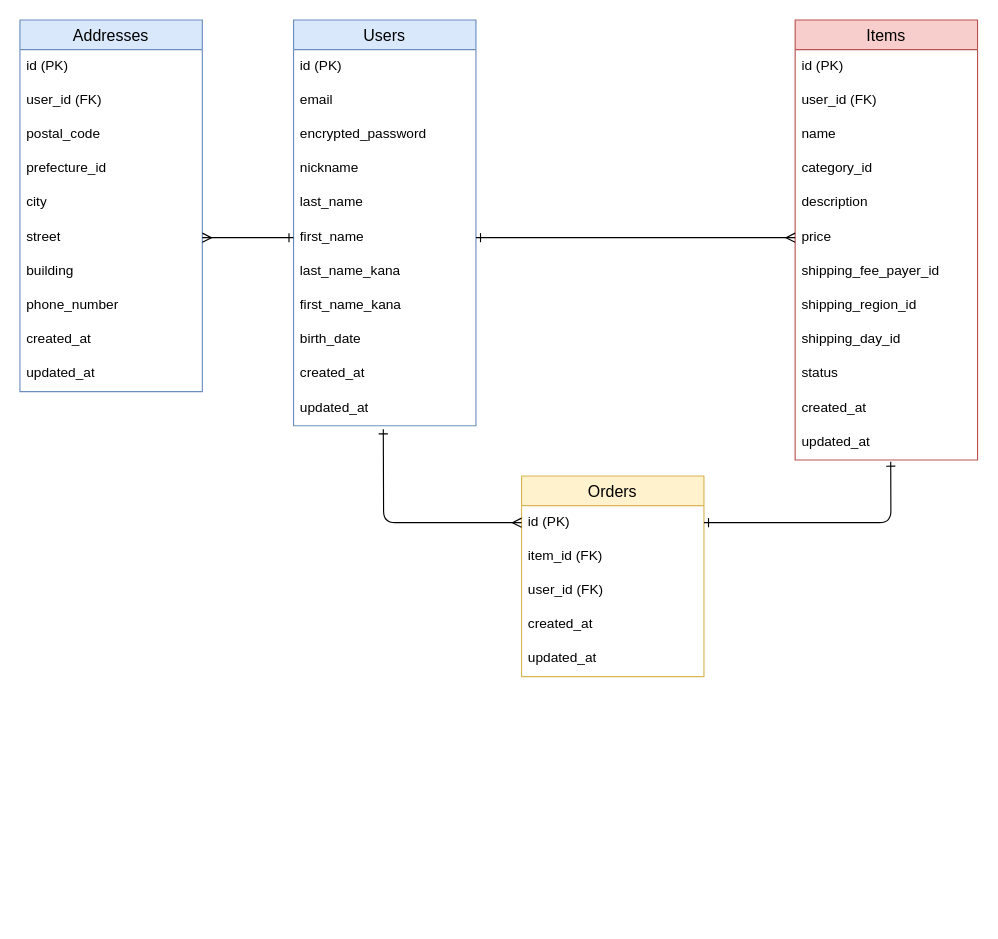
The draw.io diagram furima_E-R.dio in nitouhei9/furima-45691, before the edit. Source tidied: cells renumbered, new cells numbered last; positions are measured from the earlier drawing's top-left corner, leaving out a move shared by most shapes. Both pictures are drawn from the tidied source at 114%, with x=0, y=0 at pixel (19, 19).
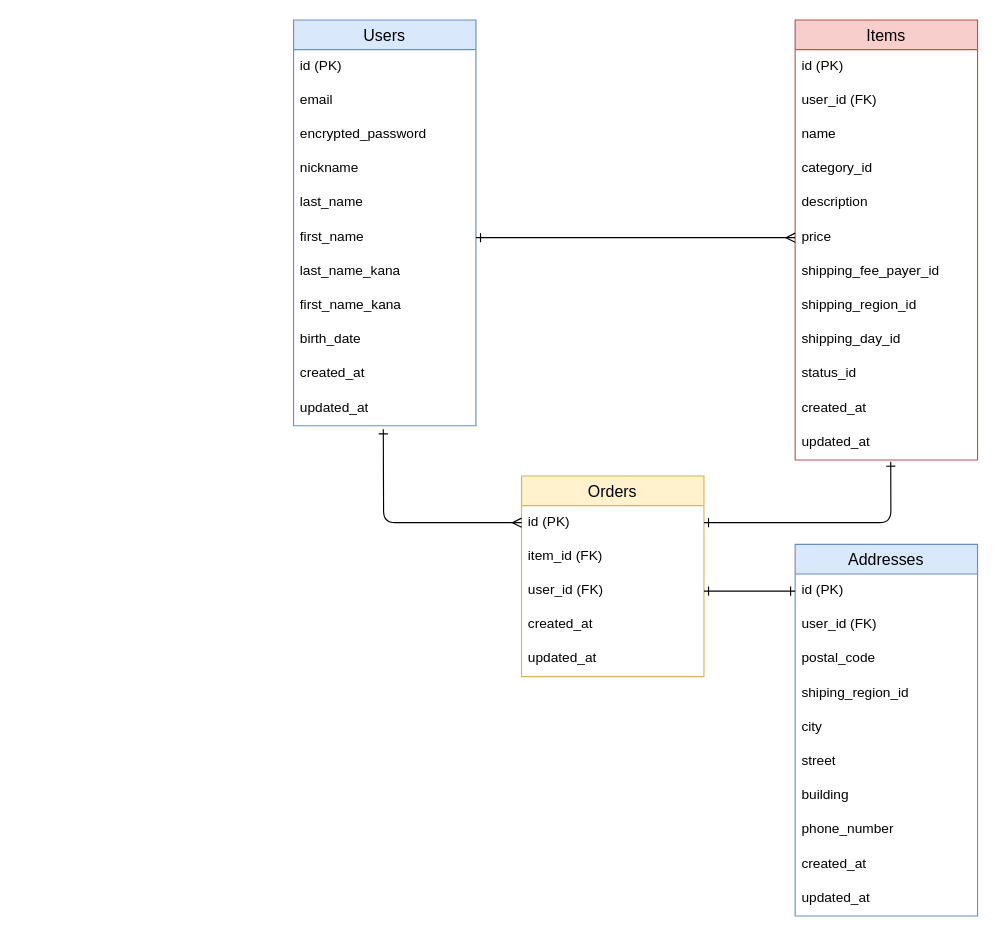
After the change.

Commit message (it also covers changes not shown here):
ER図/README修正 v2

Unchanged cells that the change refers to:
```xml
<mxCell id="8" value="first_name" style="text;strokeColor=none;fillColor=none;spacingLeft=4;spacingRight=4;overflow=hidden;points=[[0,0.5],[1,0.5]];portConstraint=eastwest;fontSize=12;whiteSpace=wrap;html=1;" parent="2" vertex="1">
  <mxGeometry y="176" width="160" height="30" as="geometry" />
</mxCell>
<mxCell id="14" value="Items" style="swimlane;fontStyle=0;horizontal=1;startSize=26;align=center;fontSize=14;fillColor=#f8cecc;strokeColor=#b85450;spacing=2;" parent="1" vertex="1">
  <mxGeometry x="680" width="160" height="386" as="geometry" />
</mxCell>
<mxCell id="28" value="id (PK)" style="text;strokeColor=none;fillColor=none;spacingLeft=4;spacingRight=4;overflow=hidden;points=[[0,0.5],[1,0.5]];portConstraint=eastwest;fontSize=12;whiteSpace=wrap;html=1;" parent="27" vertex="1">
  <mxGeometry y="26" width="160" height="30" as="geometry" />
</mxCell>
<mxCell id="33" value="street" style="text;strokeColor=none;fillColor=none;spacingLeft=4;spacingRight=4;overflow=hidden;points=[[0,0.5],[1,0.5]];portConstraint=eastwest;fontSize=12;whiteSpace=wrap;html=1;" parent="27" vertex="1">
  <mxGeometry y="176" width="160" height="30" as="geometry" />
</mxCell>
<mxCell id="41" value="user_id (FK)" style="text;strokeColor=none;fillColor=none;spacingLeft=4;spacingRight=4;overflow=hidden;points=[[0,0.5],[1,0.5]];portConstraint=eastwest;fontSize=12;whiteSpace=wrap;html=1;" parent="38" vertex="1">
  <mxGeometry y="86" width="160" height="30" as="geometry" />
</mxCell>
```

Change to the diagram source:
```diff
@@
-    <mxCell id="24" value="status" style="text;strokeColor=none;fillColor=none;spacingLeft=4;spacingRight=4;overflow=hidden;fontSize=12;whiteSpace=wrap;html=1;" parent="14" vertex="1">
+    <mxCell id="24" value="status_id" style="text;strokeColor=none;fillColor=none;spacingLeft=4;spacingRight=4;overflow=hidden;fontSize=12;whiteSpace=wrap;html=1;" parent="14" vertex="1">
       <mxGeometry y="296" width="160" height="30" as="geometry" />
     </mxCell>
@@
     <mxCell id="27" value="Addresses" style="swimlane;fontStyle=0;horizontal=1;startSize=26;align=center;fontSize=14;fillColor=#dae8fc;strokeColor=#6c8ebf;" parent="1" vertex="1">
-      <mxGeometry width="160" height="326" as="geometry" />
+      <mxGeometry x="680" y="460" width="160" height="326" as="geometry" />
     </mxCell>
@@
-    <mxCell id="31" value="prefecture_id" style="text;strokeColor=none;fillColor=none;spacingLeft=4;spacingRight=4;overflow=hidden;fontSize=12;whiteSpace=wrap;html=1;" parent="27" vertex="1">
+    <mxCell id="31" value="shiping_region_id" style="text;strokeColor=none;fillColor=none;spacingLeft=4;spacingRight=4;overflow=hidden;fontSize=12;whiteSpace=wrap;html=1;" parent="27" vertex="1">
       <mxGeometry y="116" width="160" height="30" as="geometry" />
     </mxCell>
@@
-    <mxCell id="47" style="edgeStyle=none;html=1;exitX=1;exitY=0.5;exitDx=0;exitDy=0;entryX=0;entryY=0.5;entryDx=0;entryDy=0;endArrow=ERone;endFill=0;startArrow=ERmany;startFill=0;" parent="1" edge="1" source="33" target="8">
+    <mxCell id="47" style="edgeStyle=none;html=1;entryX=1;entryY=0.5;entryDx=0;entryDy=0;endArrow=ERone;endFill=0;startArrow=ERone;startFill=0;exitX=0;exitY=0.5;exitDx=0;exitDy=0;" parent="1" edge="1" source="28" target="41">
       <mxGeometry relative="1" as="geometry" />
     </mxCell>
```
